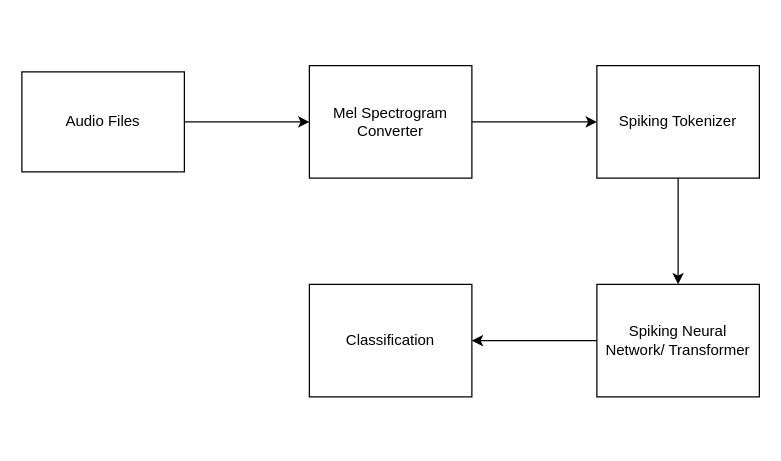
This is Architecture.drawio from jmklamut/Neuromorphic, a draw.io file, before an edit. Source tidied: cells renumbered, new cells numbered last; positions are measured from the earlier drawing's top-left corner, leaving out a move shared by most shapes. Both pictures are drawn from the tidied source at 125%, with x=0, y=0 at pixel (21, 65).
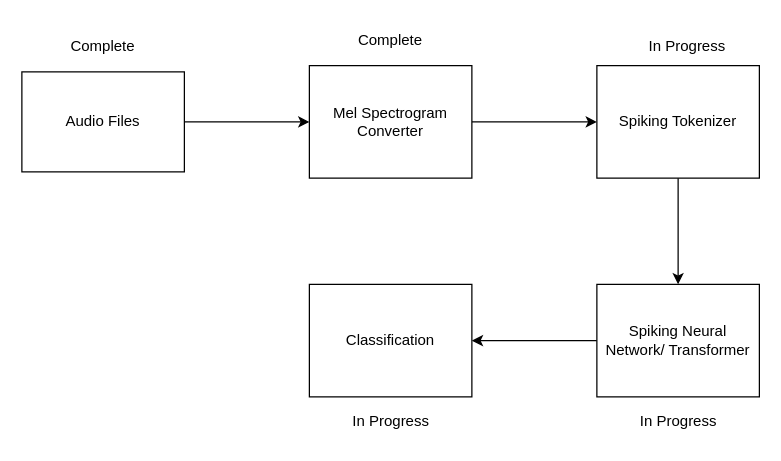
The same diagram, later.

What changed in the source:
```diff
@@
 <mxGraphModel>
   <root>
     <mxCell id="0" />
     <mxCell id="1" parent="0" />
     <mxCell id="2" style="edgeStyle=orthogonalEdgeStyle;rounded=0;jettySize=auto;html=1;entryX=0;entryY=0.5;entryDx=0;entryDy=0;" parent="1" edge="1" source="3" target="5">
       <mxGeometry relative="1" as="geometry" />
     </mxCell>
     <mxCell id="3" value="Audio Files" style="rounded=0;whiteSpace=wrap;html=1;" parent="1" vertex="1">
       <mxGeometry y="5" width="130" height="80" as="geometry" />
     </mxCell>
     <mxCell id="4" style="edgeStyle=orthogonalEdgeStyle;rounded=0;jettySize=auto;html=1;entryX=0;entryY=0.5;entryDx=0;entryDy=0;" parent="1" edge="1" source="5" target="7">
       <mxGeometry relative="1" as="geometry" />
     </mxCell>
     <mxCell id="5" value="Mel Spectrogram Converter" style="rounded=0;whiteSpace=wrap;html=1;" parent="1" vertex="1">
       <mxGeometry x="230" width="130" height="90" as="geometry" />
     </mxCell>
     <mxCell id="6" style="edgeStyle=orthogonalEdgeStyle;rounded=0;jettySize=auto;html=1;entryX=0.5;entryY=0;entryDx=0;entryDy=0;" parent="1" edge="1" source="7" target="9">
       <mxGeometry relative="1" as="geometry" />
     </mxCell>
     <mxCell id="7" value="Spiking Tokenizer" style="rounded=0;whiteSpace=wrap;html=1;" parent="1" vertex="1">
       <mxGeometry x="460" width="130" height="90" as="geometry" />
     </mxCell>
     <mxCell id="8" style="edgeStyle=orthogonalEdgeStyle;rounded=0;jettySize=auto;html=1;" parent="1" edge="1" source="9" target="10">
       <mxGeometry relative="1" as="geometry" />
     </mxCell>
     <mxCell id="9" value="Spiking Neural Network/ Transformer" style="rounded=0;whiteSpace=wrap;html=1;" parent="1" vertex="1">
       <mxGeometry x="460" y="175" width="130" height="90" as="geometry" />
     </mxCell>
     <mxCell id="10" value="Classification" style="rounded=0;whiteSpace=wrap;html=1;" parent="1" vertex="1">
       <mxGeometry x="230" y="175" width="130" height="90" as="geometry" />
     </mxCell>
+    <mxCell id="11" value="Complete" style="text;html=1;align=center;verticalAlign=middle;whiteSpace=wrap;rounded=0;" parent="1" vertex="1">
+      <mxGeometry x="35" y="-30" width="60" height="30" as="geometry" />
+    </mxCell>
+    <mxCell id="12" value="Complete" style="text;html=1;align=center;verticalAlign=middle;whiteSpace=wrap;rounded=0;" parent="1" vertex="1">
+      <mxGeometry x="265" y="-35" width="60" height="30" as="geometry" />
+    </mxCell>
+    <mxCell id="13" value="In Progress" style="text;html=1;align=center;verticalAlign=middle;whiteSpace=wrap;rounded=0;" parent="1" vertex="1">
+      <mxGeometry x="495" y="-30" width="75" height="30" as="geometry" />
+    </mxCell>
+    <mxCell id="14" value="In Progress" style="text;html=1;align=center;verticalAlign=middle;whiteSpace=wrap;rounded=0;" parent="1" vertex="1">
+      <mxGeometry x="487.5" y="270" width="75" height="30" as="geometry" />
+    </mxCell>
+    <mxCell id="15" value="In Progress" style="text;html=1;align=center;verticalAlign=middle;whiteSpace=wrap;rounded=0;" parent="1" vertex="1">
+      <mxGeometry x="257.5" y="270" width="75" height="30" as="geometry" />
+    </mxCell>
   </root>
 </mxGraphModel>
```
